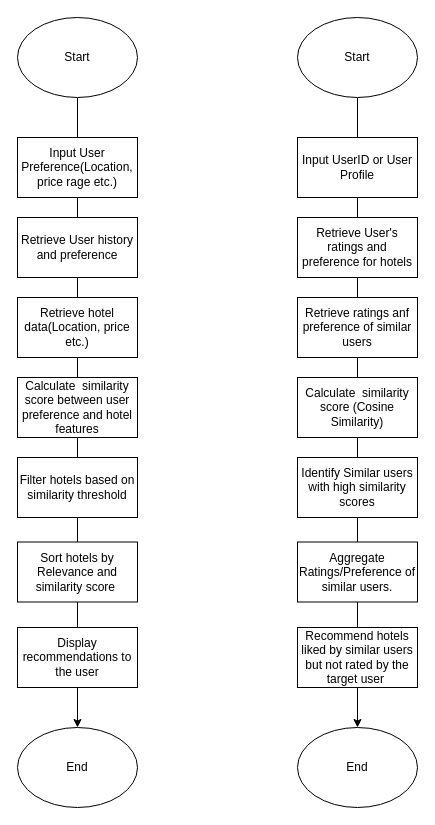
Above: Software Engineering/Untitled Diagram.drawio in Vinayaknegi25/RepoWebDEV (draw.io), before the change. Source tidied: cells renumbered, new cells numbered last; positions are measured from the earlier drawing's top-left corner, leaving out a move shared by most shapes. Both pictures are drawn from the tidied source at 100%, with x=0, y=0 at pixel (17, 17).
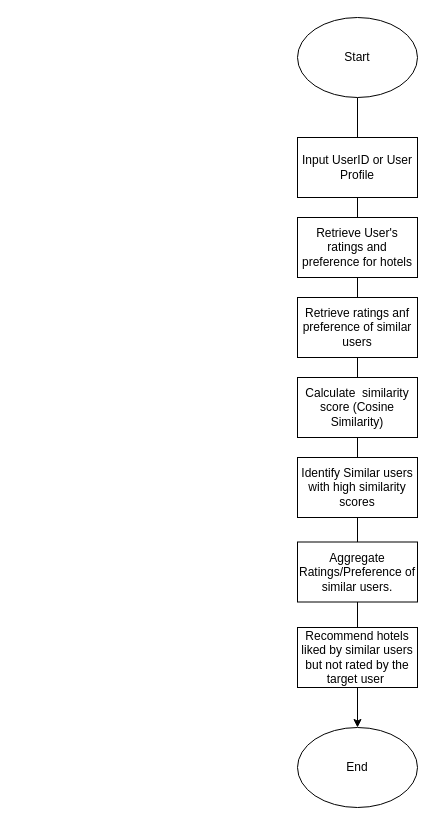
The same page after the edit.

Diff of the diagram source:
```diff
@@
-    <mxCell id="2" style="edgeStyle=orthogonalEdgeStyle;rounded=0;orthogonalLoop=1;jettySize=auto;html=1;exitX=0.5;exitY=1;exitDx=0;exitDy=0;" parent="1" edge="1">
-      <mxGeometry relative="1" as="geometry">
-        <mxPoint x="60" y="80" as="sourcePoint" />
-        <mxPoint x="60" y="710" as="targetPoint" />
-      </mxGeometry>
-    </mxCell>
-    <mxCell id="3" value="Input User Preference(Location, price rage etc.)" style="rounded=0;whiteSpace=wrap;html=1;" parent="1" vertex="1">
-      <mxGeometry y="120" width="120" height="60" as="geometry" />
-    </mxCell>
-    <mxCell id="4" value="Retrieve User history and preference" style="rounded=0;whiteSpace=wrap;html=1;" parent="1" vertex="1">
-      <mxGeometry y="200" width="120" height="60" as="geometry" />
-    </mxCell>
-    <mxCell id="5" value="Retrieve hotel data(Location, price etc.)" style="rounded=0;whiteSpace=wrap;html=1;" parent="1" vertex="1">
-      <mxGeometry y="280" width="120" height="60" as="geometry" />
-    </mxCell>
-    <mxCell id="6" value="Calculate &amp;nbsp;similarity score between user preference and hotel features" style="rounded=0;whiteSpace=wrap;html=1;" parent="1" vertex="1">
-      <mxGeometry y="360" width="120" height="60" as="geometry" />
-    </mxCell>
-    <mxCell id="7" value="Filter hotels based on similarity threshold" style="rounded=0;whiteSpace=wrap;html=1;" parent="1" vertex="1">
-      <mxGeometry y="440" width="120" height="60" as="geometry" />
-    </mxCell>
-    <mxCell id="8" value="Sort hotels by Relevance and similarity score&amp;nbsp;" style="rounded=0;whiteSpace=wrap;html=1;" parent="1" vertex="1">
-      <mxGeometry y="524.5" width="120" height="60" as="geometry" />
-    </mxCell>
-    <mxCell id="9" value="Display recommendations to the user" style="rounded=0;whiteSpace=wrap;html=1;" parent="1" vertex="1">
-      <mxGeometry y="610" width="120" height="60" as="geometry" />
-    </mxCell>
-    <mxCell id="10" value="End" style="ellipse;whiteSpace=wrap;html=1;" parent="1" vertex="1">
-      <mxGeometry y="710" width="120" height="80" as="geometry" />
-    </mxCell>
-    <mxCell id="11" value="Start" style="ellipse;whiteSpace=wrap;html=1;" parent="1" vertex="1">
-      <mxGeometry width="120" height="80" as="geometry" />
-    </mxCell>
```
